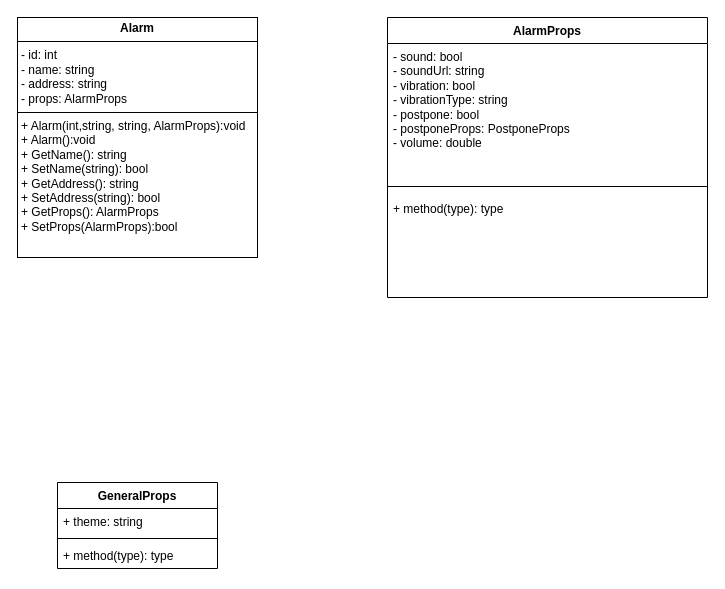
The draw.io diagram docs/diagrama de classes.drawio in SenhorContritus/INI3B-EQ2, before the edit. Source tidied: cells renumbered, new cells numbered last; positions are measured from the earlier drawing's top-left corner, leaving out a move shared by most shapes. Both pictures are drawn from the tidied source at 100%, with x=0, y=0 at pixel (17, 17).
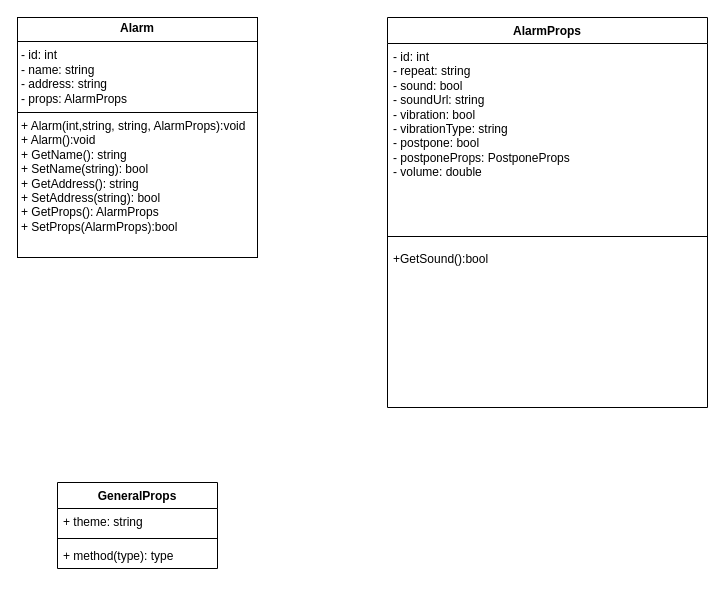
The same diagram, later.

Change to the diagram source:
```diff
@@
 <mxGraphModel>
   <root>
     <mxCell id="0" />
     <mxCell id="1" parent="0" />
     <mxCell id="2" value="&lt;p style=&quot;margin:0px;margin-top:4px;text-align:center;&quot;&gt;&lt;b&gt;Alarm&lt;/b&gt;&lt;/p&gt;&lt;hr size=&quot;1&quot; style=&quot;border-style:solid;&quot;&gt;&lt;p style=&quot;margin:0px;margin-left:4px;&quot;&gt;- id: int&lt;/p&gt;&lt;p style=&quot;margin:0px;margin-left:4px;&quot;&gt;- name: string&lt;/p&gt;&lt;p style=&quot;margin:0px;margin-left:4px;&quot;&gt;- address: string&lt;/p&gt;&lt;p style=&quot;margin:0px;margin-left:4px;&quot;&gt;- props: AlarmProps&lt;/p&gt;&lt;hr size=&quot;1&quot; style=&quot;border-style:solid;&quot;&gt;&lt;p style=&quot;margin:0px;margin-left:4px;&quot;&gt;+ Alarm(int,string, string, AlarmProps):void&lt;/p&gt;&lt;p style=&quot;margin:0px;margin-left:4px;&quot;&gt;+ Alarm():void&lt;/p&gt;&lt;p style=&quot;margin:0px;margin-left:4px;&quot;&gt;+ GetName(): string&lt;/p&gt;&lt;p style=&quot;margin:0px;margin-left:4px;&quot;&gt;+ SetName(string): bool&lt;/p&gt;&lt;p style=&quot;margin:0px;margin-left:4px;&quot;&gt;+ GetAddress(): string&lt;/p&gt;&lt;p style=&quot;margin:0px;margin-left:4px;&quot;&gt;+ SetAddress(string): bool&lt;/p&gt;&lt;p style=&quot;margin:0px;margin-left:4px;&quot;&gt;+ GetProps(): AlarmProps&lt;/p&gt;&lt;p style=&quot;margin:0px;margin-left:4px;&quot;&gt;+ SetProps(AlarmProps):bool&lt;/p&gt;" style="verticalAlign=top;align=left;overflow=fill;html=1;whiteSpace=wrap;" parent="1" vertex="1">
       <mxGeometry width="240" height="240" as="geometry" />
     </mxCell>
     <mxCell id="3" value="AlarmProps" style="swimlane;fontStyle=1;align=center;verticalAlign=top;horizontal=1;startSize=26;whiteSpace=wrap;html=1;" parent="1" vertex="1">
-      <mxGeometry x="370" width="320" height="280" as="geometry" />
+      <mxGeometry x="370" width="320" height="390" as="geometry" />
     </mxCell>
-    <mxCell id="4" value="- sound: bool&lt;div&gt;- soundUrl: string&lt;/div&gt;&lt;div&gt;- vibration: bool&lt;/div&gt;&lt;div&gt;- vibrationType: string&lt;/div&gt;&lt;div&gt;- postpone: bool&lt;/div&gt;&lt;div&gt;- postponeProps: PostponeProps&lt;/div&gt;&lt;div&gt;- volume: double&lt;/div&gt;" style="text;strokeColor=none;fillColor=none;align=left;verticalAlign=top;spacingLeft=4;spacingRight=4;overflow=hidden;whiteSpace=wrap;html=1;" parent="3" vertex="1">
-      <mxGeometry y="26" width="320" height="134" as="geometry" />
+    <mxCell id="4" value="&lt;div&gt;- id: int&lt;/div&gt;&lt;div&gt;- repeat: string&lt;/div&gt;- sound: bool&lt;div&gt;- soundUrl: string&lt;/div&gt;&lt;div&gt;- vibration: bool&lt;/div&gt;&lt;div&gt;- vibrationType: string&lt;/div&gt;&lt;div&gt;- postpone: bool&lt;/div&gt;&lt;div&gt;- postponeProps: PostponeProps&lt;/div&gt;&lt;div&gt;- volume: double&lt;/div&gt;" style="text;strokeColor=none;fillColor=none;align=left;verticalAlign=top;spacingLeft=4;spacingRight=4;overflow=hidden;whiteSpace=wrap;html=1;" parent="3" vertex="1">
+      <mxGeometry y="26" width="320" height="184" as="geometry" />
     </mxCell>
     <mxCell id="5" style="line;strokeWidth=1;fillColor=none;align=left;verticalAlign=middle;spacingTop=-1;spacingLeft=3;spacingRight=3;labelPosition=right;strokeColor=inherit;" parent="3" vertex="1">
-      <mxGeometry y="160" width="320" height="18" as="geometry" />
+      <mxGeometry y="210" width="320" height="18" as="geometry" />
     </mxCell>
-    <mxCell id="6" value="+ method(type): type" style="text;strokeColor=none;fillColor=none;align=left;verticalAlign=top;spacingLeft=4;spacingRight=4;overflow=hidden;whiteSpace=wrap;html=1;" parent="3" vertex="1">
-      <mxGeometry y="178" width="320" height="102" as="geometry" />
+    <mxCell id="6" value="+GetSound():bool&lt;div&gt;&lt;br&gt;&lt;/div&gt;" style="text;strokeColor=none;fillColor=none;align=left;verticalAlign=top;spacingLeft=4;spacingRight=4;overflow=hidden;whiteSpace=wrap;html=1;" parent="3" vertex="1">
+      <mxGeometry y="228" width="320" height="162" as="geometry" />
     </mxCell>
     <mxCell id="7" value="GeneralProps" style="swimlane;fontStyle=1;align=center;verticalAlign=top;horizontal=1;startSize=26;whiteSpace=wrap;html=1;" parent="1" vertex="1">
       <mxGeometry x="40" y="465" width="160" height="86" as="geometry" />
     </mxCell>
     <mxCell id="8" value="+ theme: string" style="text;strokeColor=none;fillColor=none;align=left;verticalAlign=top;spacingLeft=4;spacingRight=4;overflow=hidden;whiteSpace=wrap;html=1;" parent="7" vertex="1">
       <mxGeometry y="26" width="160" height="26" as="geometry" />
     </mxCell>
     <mxCell id="9" style="line;strokeWidth=1;fillColor=none;align=left;verticalAlign=middle;spacingTop=-1;spacingLeft=3;spacingRight=3;labelPosition=right;strokeColor=inherit;" parent="7" vertex="1">
       <mxGeometry y="52" width="160" height="8" as="geometry" />
     </mxCell>
     <mxCell id="10" value="+ method(type): type" style="text;strokeColor=none;fillColor=none;align=left;verticalAlign=top;spacingLeft=4;spacingRight=4;overflow=hidden;whiteSpace=wrap;html=1;" parent="7" vertex="1">
       <mxGeometry y="60" width="160" height="26" as="geometry" />
     </mxCell>
   </root>
 </mxGraphModel>
```
